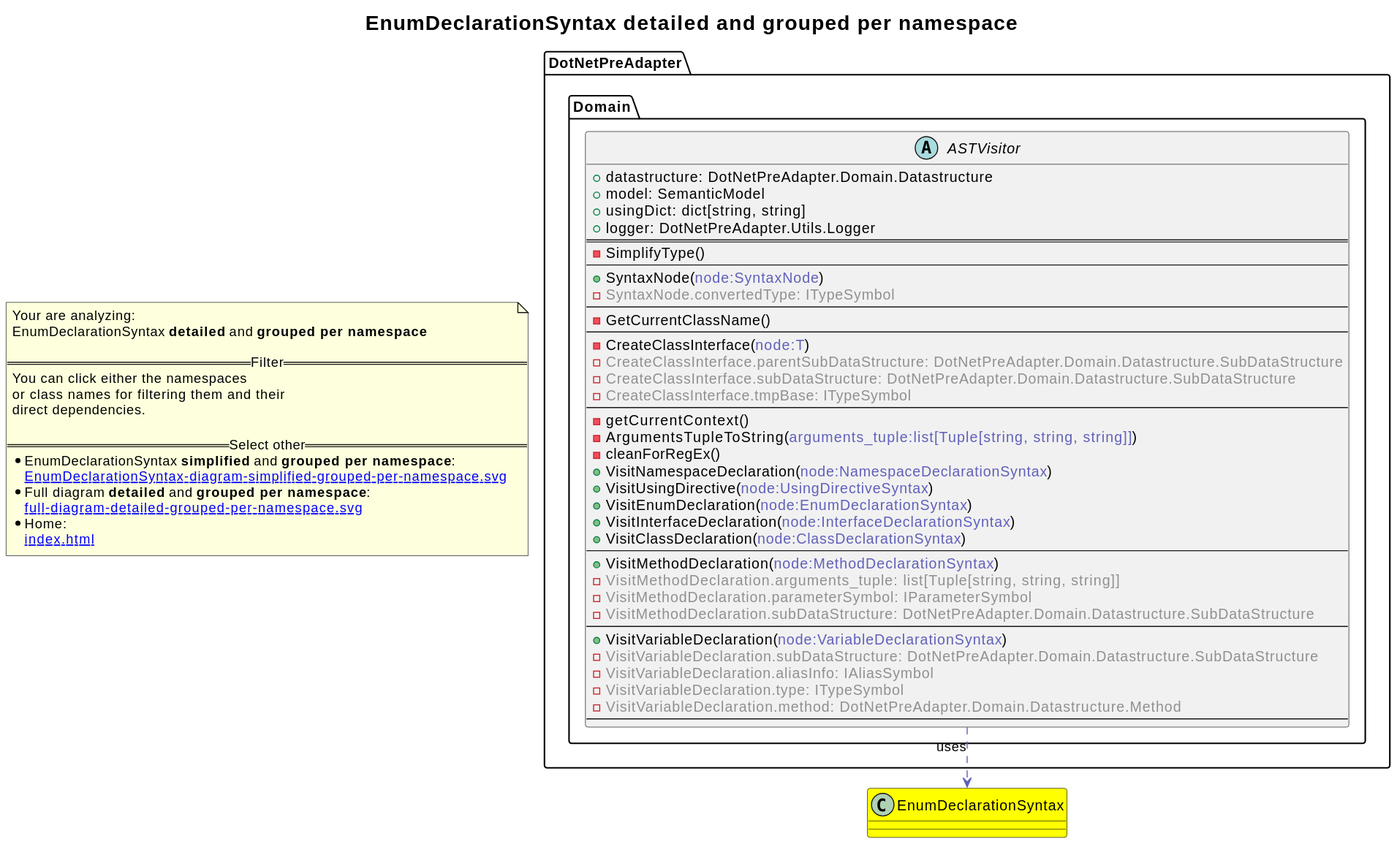
This is revenger-csharp-adapter.out/EnumDeclarationSyntax-diagram-detailed-grouped-per-namespace.svg from 2BlackCoffees/revenger, a PlantUML export, as it was before one commit. Its diagram source:
```plantuml
@startuml
skinparam linetype ortho
title <size:20>EnumDeclarationSyntax **detailed** and **grouped per namespace**</size>
note "Your are analyzing:\nEnumDeclarationSyntax **detailed** and **grouped per namespace**\n\n==Filter==\nYou can click either the namespaces \nor class names for filtering them and their\ndirect dependencies.\n\n==Select other==\n* EnumDeclarationSyntax **simplified** and **grouped per namespace**:\n   [[EnumDeclarationSyntax-diagram-simplified-grouped-per-namespace.svg]]\n* Full diagram **detailed** and **grouped per namespace**:\n   [[full-diagram-detailed-grouped-per-namespace.svg]]\n* Home:\n   [[index.html]]" as FloatingNote
class EnumDeclarationSyntax [[EnumDeclarationSyntax-diagram-detailed-grouped-per-namespace.svg]] #yellow {
}
namespace DotNetPreAdapter [[DotNetPreAdapter-diagram-detailed-grouped-per-namespace.svg]] {
namespace DotNetPreAdapter.Domain [[DotNetPreAdapter.Domain-diagram-detailed-grouped-per-namespace.svg]] {
  abstract class DotNetPreAdapter.Domain.ASTVisitor [[DotNetPreAdapter.Domain.ASTVisitor-diagram-detailed-grouped-per-namespace.svg]]  {
    + datastructure: DotNetPreAdapter.Domain.Datastructure
    + model: SemanticModel
    + usingDict: dict[string, string]
    + logger: DotNetPreAdapter.Utils.Logger
==
    - SimplifyType(<font color="6060BB"></font>)
--
    + SyntaxNode(<font color="6060BB">node:SyntaxNode</font>)
    - <font color="909090">SyntaxNode.convertedType: ITypeSymbol</font>
--
    - GetCurrentClassName(<font color="6060BB"></font>)
--
    - CreateClassInterface(<font color="6060BB">node:T</font>)
    - <font color="909090">CreateClassInterface.parentSubDataStructure: DotNetPreAdapter.Domain.Datastructure.SubDataStructure</font>
    - <font color="909090">CreateClassInterface.subDataStructure: DotNetPreAdapter.Domain.Datastructure.SubDataStructure</font>
    - <font color="909090">CreateClassInterface.tmpBase: ITypeSymbol</font>
--
    - getCurrentContext(<font color="6060BB"></font>)
    - ArgumentsTupleToString(<font color="6060BB">arguments_tuple:list[Tuple[string, string, string]]</font>)
    - cleanForRegEx(<font color="6060BB"></font>)
    + VisitNamespaceDeclaration(<font color="6060BB">node:NamespaceDeclarationSyntax</font>)
    + VisitUsingDirective(<font color="6060BB">node:UsingDirectiveSyntax</font>)
    + VisitEnumDeclaration(<font color="6060BB">node:EnumDeclarationSyntax</font>)
    + VisitInterfaceDeclaration(<font color="6060BB">node:InterfaceDeclarationSyntax</font>)
    + VisitClassDeclaration(<font color="6060BB">node:ClassDeclarationSyntax</font>)
--
    + VisitMethodDeclaration(<font color="6060BB">node:MethodDeclarationSyntax</font>)
    - <font color="909090">VisitMethodDeclaration.arguments_tuple: list[Tuple[string, string, string]]</font>
    - <font color="909090">VisitMethodDeclaration.parameterSymbol: IParameterSymbol</font>
    - <font color="909090">VisitMethodDeclaration.subDataStructure: DotNetPreAdapter.Domain.Datastructure.SubDataStructure</font>
--
    + VisitVariableDeclaration(<font color="6060BB">node:VariableDeclarationSyntax</font>)
    - <font color="909090">VisitVariableDeclaration.subDataStructure: DotNetPreAdapter.Domain.Datastructure.SubDataStructure</font>
    - <font color="909090">VisitVariableDeclaration.aliasInfo: IAliasSymbol</font>
    - <font color="909090">VisitVariableDeclaration.type: ITypeSymbol</font>
    - <font color="909090">VisitVariableDeclaration.method: DotNetPreAdapter.Domain.Datastructure.Method</font>
--
  }
}
}
DotNetPreAdapter.Domain.ASTVisitor .[#6060BB].> EnumDeclarationSyntax  : uses
@enduml
```
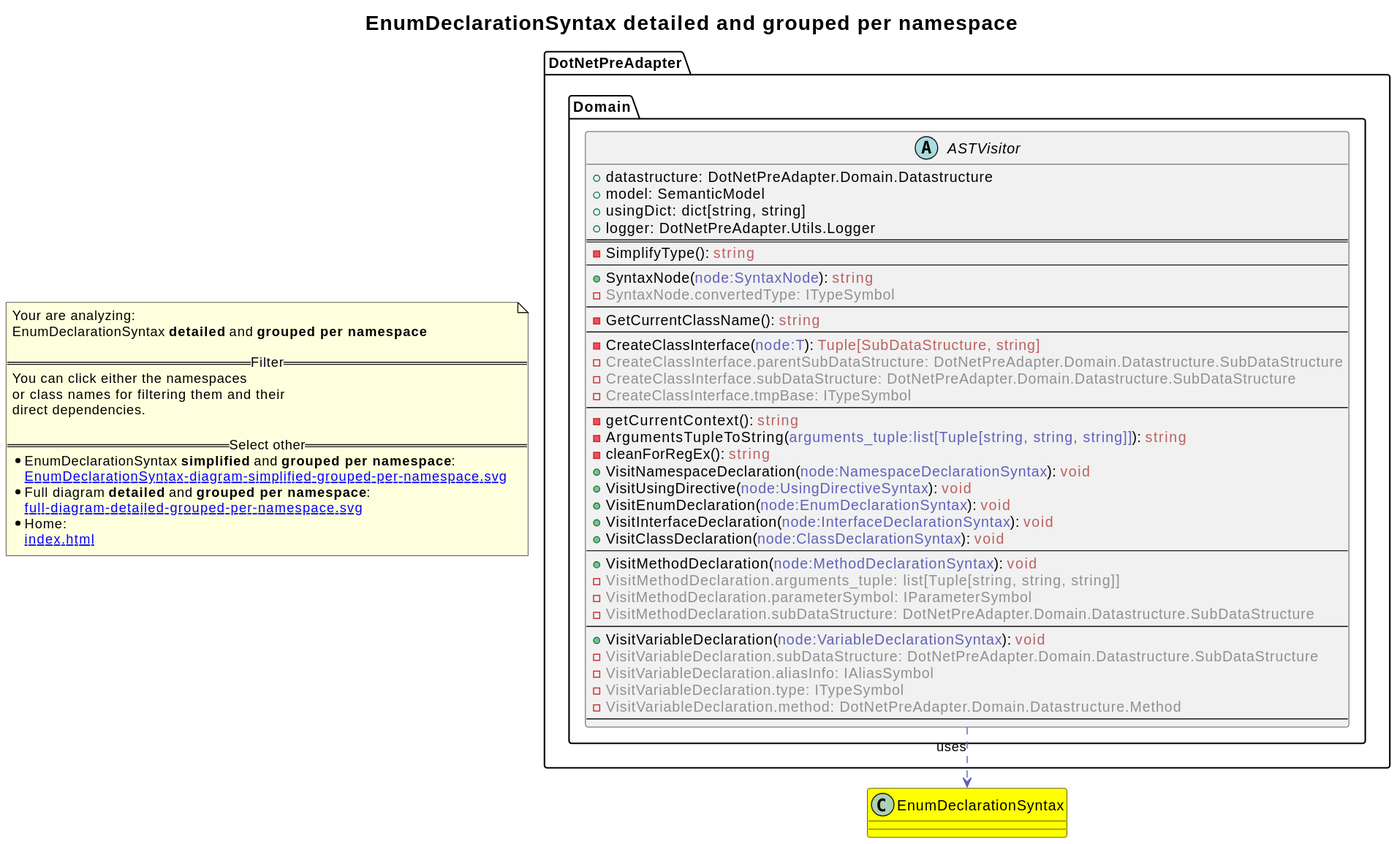
Later version of the same file.

What changed in the source:
```diff
@@ -12,33 +12,33 @@
     + usingDict: dict[string, string]
     + logger: DotNetPreAdapter.Utils.Logger
 ==
-    - SimplifyType(<font color="6060BB"></font>)
+    - SimplifyType(<font color="6060BB"></font>): <font color="BB6060">string</font>
 --
-    + SyntaxNode(<font color="6060BB">node:SyntaxNode</font>)
+    + SyntaxNode(<font color="6060BB">node:SyntaxNode</font>): <font color="BB6060">string</font>
     - <font color="909090">SyntaxNode.convertedType: ITypeSymbol</font>
 --
-    - GetCurrentClassName(<font color="6060BB"></font>)
+    - GetCurrentClassName(<font color="6060BB"></font>): <font color="BB6060">string</font>
 --
-    - CreateClassInterface(<font color="6060BB">node:T</font>)
+    - CreateClassInterface(<font color="6060BB">node:T</font>): <font color="BB6060">Tuple[SubDataStructure, string]</font>
     - <font color="909090">CreateClassInterface.parentSubDataStructure: DotNetPreAdapter.Domain.Datastructure.SubDataStructure</font>
     - <font color="909090">CreateClassInterface.subDataStructure: DotNetPreAdapter.Domain.Datastructure.SubDataStructure</font>
     - <font color="909090">CreateClassInterface.tmpBase: ITypeSymbol</font>
 --
-    - getCurrentContext(<font color="6060BB"></font>)
-    - ArgumentsTupleToString(<font color="6060BB">arguments_tuple:list[Tuple[string, string, string]]</font>)
-    - cleanForRegEx(<font color="6060BB"></font>)
-    + VisitNamespaceDeclaration(<font color="6060BB">node:NamespaceDeclarationSyntax</font>)
-    + VisitUsingDirective(<font color="6060BB">node:UsingDirectiveSyntax</font>)
-    + VisitEnumDeclaration(<font color="6060BB">node:EnumDeclarationSyntax</font>)
-    + VisitInterfaceDeclaration(<font color="6060BB">node:InterfaceDeclarationSyntax</font>)
-    + VisitClassDeclaration(<font color="6060BB">node:ClassDeclarationSyntax</font>)
+    - getCurrentContext(<font color="6060BB"></font>): <font color="BB6060">string</font>
+    - ArgumentsTupleToString(<font color="6060BB">arguments_tuple:list[Tuple[string, string, string]]</font>): <font color="BB6060">string</font>
+    - cleanForRegEx(<font color="6060BB"></font>): <font color="BB6060">string</font>
+    + VisitNamespaceDeclaration(<font color="6060BB">node:NamespaceDeclarationSyntax</font>): <font color="BB6060">void</font>
+    + VisitUsingDirective(<font color="6060BB">node:UsingDirectiveSyntax</font>): <font color="BB6060">void</font>
+    + VisitEnumDeclaration(<font color="6060BB">node:EnumDeclarationSyntax</font>): <font color="BB6060">void</font>
+    + VisitInterfaceDeclaration(<font color="6060BB">node:InterfaceDeclarationSyntax</font>): <font color="BB6060">void</font>
+    + VisitClassDeclaration(<font color="6060BB">node:ClassDeclarationSyntax</font>): <font color="BB6060">void</font>
 --
-    + VisitMethodDeclaration(<font color="6060BB">node:MethodDeclarationSyntax</font>)
+    + VisitMethodDeclaration(<font color="6060BB">node:MethodDeclarationSyntax</font>): <font color="BB6060">void</font>
     - <font color="909090">VisitMethodDeclaration.arguments_tuple: list[Tuple[string, string, string]]</font>
     - <font color="909090">VisitMethodDeclaration.parameterSymbol: IParameterSymbol</font>
     - <font color="909090">VisitMethodDeclaration.subDataStructure: DotNetPreAdapter.Domain.Datastructure.SubDataStructure</font>
 --
-    + VisitVariableDeclaration(<font color="6060BB">node:VariableDeclarationSyntax</font>)
+    + VisitVariableDeclaration(<font color="6060BB">node:VariableDeclarationSyntax</font>): <font color="BB6060">void</font>
     - <font color="909090">VisitVariableDeclaration.subDataStructure: DotNetPreAdapter.Domain.Datastructure.SubDataStructure</font>
     - <font color="909090">VisitVariableDeclaration.aliasInfo: IAliasSymbol</font>
     - <font color="909090">VisitVariableDeclaration.type: ITypeSymbol</font>
```
